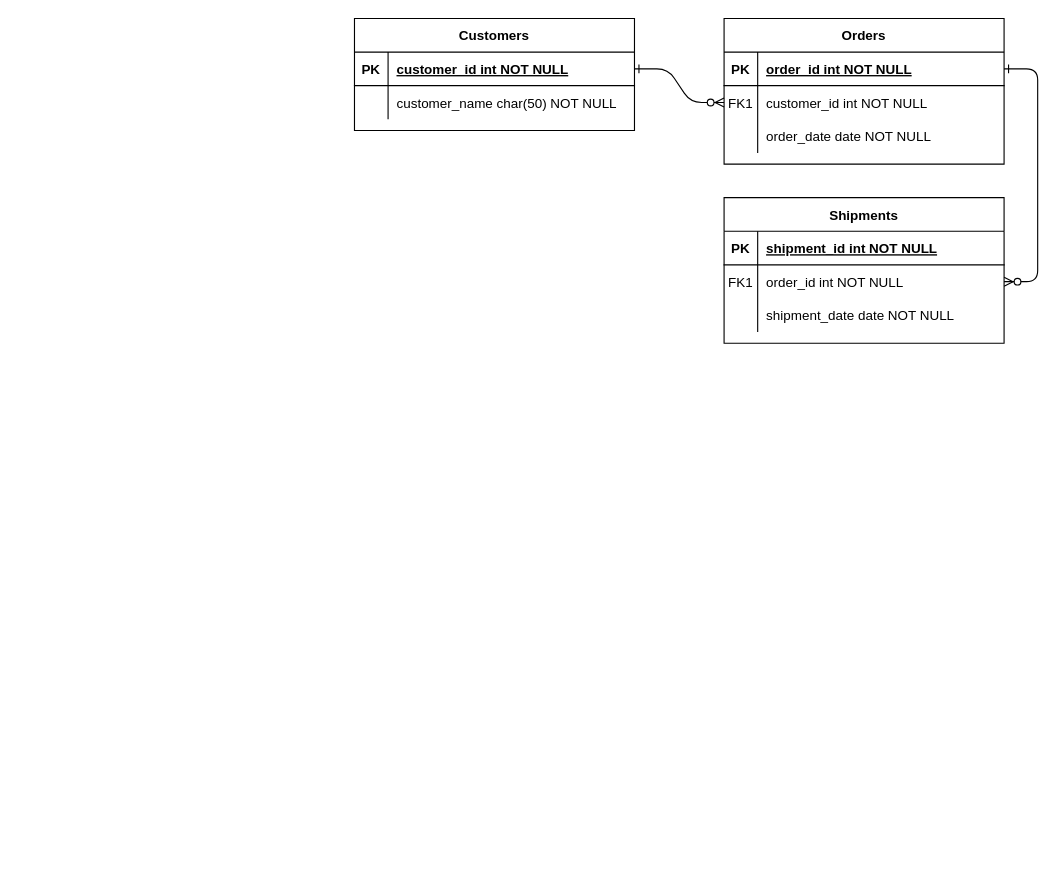
The draw.io diagram Untitled Diagram.drawio in hobstowler/Dungeon-Master-Planner, before the edit. Source tidied: cells renumbered, new cells numbered last; positions are measured from the earlier drawing's top-left corner, leaving out a move shared by most shapes. Both pictures are drawn from the tidied source at 112%, with x=0, y=0 at pixel (354, 18).
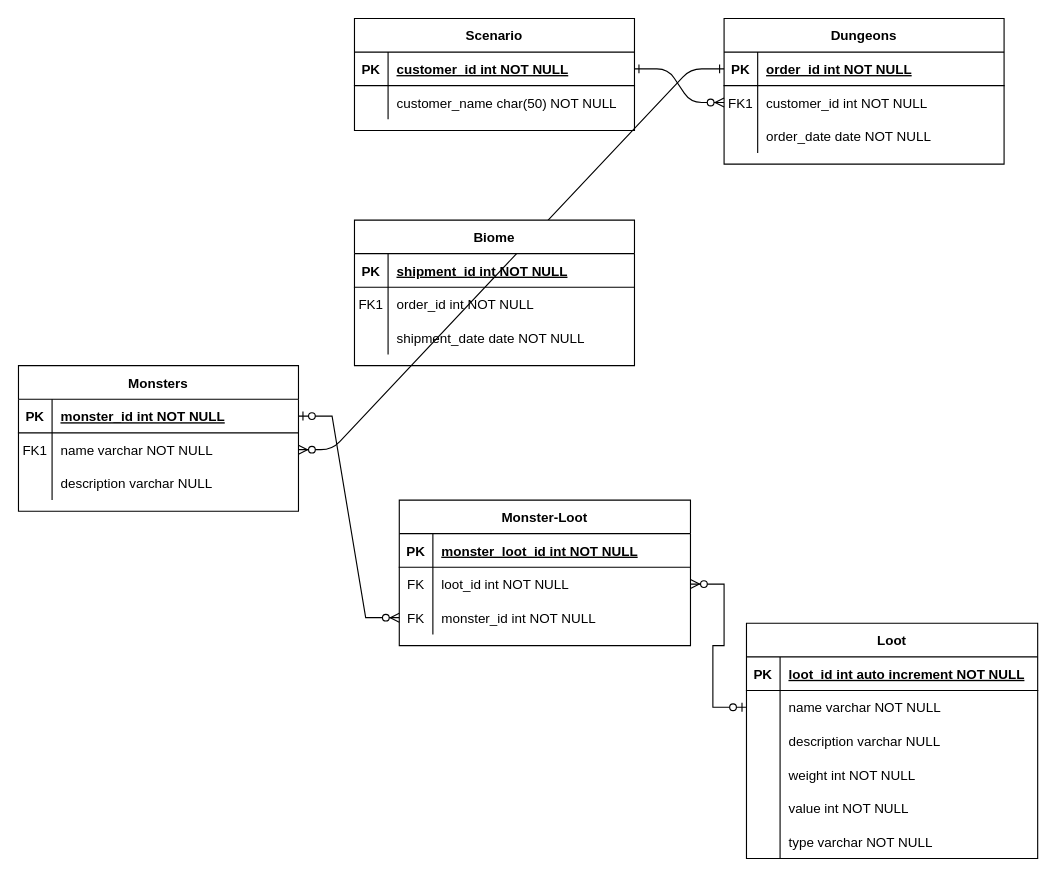
After the change.

Commit message:
defined loot, monster and monster-loot

Unchanged cells that the change refers to:
```xml
<mxCell id="15" style="shape=partialRectangle;fillColor=none;points=[[0,0.5],[1,0.5]];portConstraint=eastwest;top=0;left=0;right=0;bottom=1;" parent="14" vertex="1">
  <mxGeometry y="30" width="250" height="30" as="geometry" />
</mxCell>
<mxCell id="18" style="shape=partialRectangle;fillColor=none;points=[[0,0.5],[1,0.5]];portConstraint=eastwest;top=0;left=0;right=0;bottom=0;" parent="14" vertex="1">
  <mxGeometry y="60" width="250" height="30" as="geometry" />
</mxCell>
<mxCell id="21" style="shape=partialRectangle;fillColor=none;top=0;left=0;right=0;bottom=0;" parent="14" vertex="1">
  <mxGeometry y="90" width="250" height="30" as="geometry" />
</mxCell>
```

Change to the diagram source:
```diff
@@
-    <mxCell id="4" value="Orders" style="shape=table;startSize=30;childLayout=tableLayout;rowLines=0;fontStyle=1;align=center;" parent="1" vertex="1">
+    <mxCell id="4" value="Dungeons" style="shape=table;startSize=30;childLayout=tableLayout;rowLines=0;fontStyle=1;align=center;" parent="1" vertex="1">
       <mxGeometry x="330" width="250" height="130" as="geometry" />
     </mxCell>
@@
-    <mxCell id="14" value="Shipments" style="shape=table;startSize=30;childLayout=tableLayout;rowLines=0;fontStyle=1;align=center;" parent="1" vertex="1">
-      <mxGeometry x="330" y="160" width="250" height="130" as="geometry" />
+    <mxCell id="14" value="Monsters" style="shape=table;startSize=30;childLayout=tableLayout;rowLines=0;fontStyle=1;align=center;" parent="1" vertex="1">
+      <mxGeometry x="-300" y="310" width="250" height="130" as="geometry" />
     </mxCell>
@@
-    <mxCell id="17" value="shipment_id int NOT NULL " style="shape=partialRectangle;overflow=hidden;fillColor=none;top=0;left=0;bottom=0;right=0;align=left;spacingLeft=6;fontStyle=5;" parent="15" vertex="1">
+    <mxCell id="17" value="monster_id int NOT NULL" style="shape=partialRectangle;overflow=hidden;fillColor=none;top=0;left=0;bottom=0;right=0;align=left;spacingLeft=6;fontStyle=5;" parent="15" vertex="1">
       <mxGeometry x="30" width="220" height="30" as="geometry" />
     </mxCell>
@@
-    <mxCell id="20" value="order_id int NOT NULL" style="shape=partialRectangle;overflow=hidden;fillColor=none;top=0;left=0;bottom=0;right=0;align=left;spacingLeft=6;" parent="18" vertex="1">
+    <mxCell id="20" value="name varchar NOT NULL" style="shape=partialRectangle;overflow=hidden;fillColor=none;top=0;left=0;bottom=0;right=0;align=left;spacingLeft=6;" parent="18" vertex="1">
       <mxGeometry x="30" width="220" height="30" as="geometry" />
     </mxCell>
@@
-    <mxCell id="23" value="shipment_date date NOT NULL" style="shape=partialRectangle;overflow=hidden;fillColor=none;top=0;left=0;bottom=0;right=0;align=left;spacingLeft=6;" parent="21" vertex="1">
+    <mxCell id="23" value="description varchar NULL" style="shape=partialRectangle;overflow=hidden;fillColor=none;top=0;left=0;bottom=0;right=0;align=left;spacingLeft=6;" parent="21" vertex="1">
       <mxGeometry x="30" width="220" height="30" as="geometry" />
     </mxCell>
-    <mxCell id="24" value="Customers" style="shape=table;startSize=30;childLayout=tableLayout;rowLines=0;fontStyle=1;align=center;" parent="1" vertex="1">
+    <mxCell id="24" value="Scenario" style="shape=table;startSize=30;childLayout=tableLayout;rowLines=0;fontStyle=1;align=center;" parent="1" vertex="1">
       <mxGeometry width="250" height="100" as="geometry" />
     </mxCell>
@@
+    <mxCell id="31" value="Loot" style="shape=table;startSize=30;childLayout=tableLayout;rowLines=0;fontStyle=1;align=center;" parent="1" vertex="1">
+      <mxGeometry x="350" y="540" width="260" height="210" as="geometry" />
+    </mxCell>
+    <mxCell id="32" style="shape=partialRectangle;fillColor=none;top=0;left=0;right=0;bottom=1;" parent="31" vertex="1">
+      <mxGeometry y="30" width="260" height="30" as="geometry" />
+    </mxCell>
+    <mxCell id="33" value="PK" style="shape=partialRectangle;overflow=hidden;fillColor=none;top=0;left=0;bottom=0;right=0;fontStyle=1;" parent="32" vertex="1">
+      <mxGeometry width="30" height="30" as="geometry" />
+    </mxCell>
+    <mxCell id="34" value="loot_id int auto increment NOT NULL" style="shape=partialRectangle;overflow=hidden;fillColor=none;top=0;left=0;bottom=0;right=0;align=left;spacingLeft=6;fontStyle=5;" parent="32" vertex="1">
+      <mxGeometry x="30" width="230" height="30" as="geometry" />
+    </mxCell>
+    <mxCell id="35" style="shape=partialRectangle;fillColor=none;points=[[0,0.5],[1,0.5]];portConstraint=eastwest;top=0;left=0;right=0;bottom=0;" parent="31" vertex="1">
+      <mxGeometry y="60" width="260" height="30" as="geometry" />
+    </mxCell>
+    <mxCell id="36" style="shape=partialRectangle;overflow=hidden;fillColor=none;top=0;left=0;bottom=0;right=0;" parent="35" vertex="1">
+      <mxGeometry width="30" height="30" as="geometry" />
+    </mxCell>
+    <mxCell id="37" value="name varchar NOT NULL" style="shape=partialRectangle;overflow=hidden;fillColor=none;top=0;left=0;bottom=0;right=0;align=left;spacingLeft=6;" parent="35" vertex="1">
+      <mxGeometry x="30" width="230" height="30" as="geometry" />
+    </mxCell>
+    <mxCell id="38" style="shape=partialRectangle;fillColor=none;top=0;left=0;right=0;bottom=0;" parent="31" vertex="1">
+      <mxGeometry y="90" width="260" height="30" as="geometry" />
+    </mxCell>
+    <mxCell id="39" style="shape=partialRectangle;overflow=hidden;fillColor=none;top=0;left=0;bottom=0;right=0;" parent="38" vertex="1">
+      <mxGeometry width="30" height="30" as="geometry" />
+    </mxCell>
+    <mxCell id="40" value="description varchar NULL" style="shape=partialRectangle;overflow=hidden;fillColor=none;top=0;left=0;bottom=0;right=0;align=left;spacingLeft=6;" parent="38" vertex="1">
+      <mxGeometry x="30" width="230" height="30" as="geometry" />
+    </mxCell>
+    <mxCell id="41" style="shape=partialRectangle;fillColor=none;top=0;left=0;right=0;bottom=0;" parent="31" vertex="1">
+      <mxGeometry y="120" width="260" height="30" as="geometry" />
+    </mxCell>
+    <mxCell id="42" style="shape=partialRectangle;overflow=hidden;fillColor=none;top=0;left=0;bottom=0;right=0;" parent="41" vertex="1">
+      <mxGeometry width="30" height="30" as="geometry" />
+    </mxCell>
+    <mxCell id="43" value="weight int NOT NULL" style="shape=partialRectangle;overflow=hidden;fillColor=none;top=0;left=0;bottom=0;right=0;align=left;spacingLeft=6;" parent="41" vertex="1">
+      <mxGeometry x="30" width="230" height="30" as="geometry" />
+    </mxCell>
+    <mxCell id="44" style="shape=partialRectangle;fillColor=none;top=0;left=0;right=0;bottom=0;" parent="31" vertex="1">
+      <mxGeometry y="150" width="260" height="30" as="geometry" />
+    </mxCell>
+    <mxCell id="45" style="shape=partialRectangle;overflow=hidden;fillColor=none;top=0;left=0;bottom=0;right=0;" parent="44" vertex="1">
+      <mxGeometry width="30" height="30" as="geometry" />
+    </mxCell>
+    <mxCell id="46" value="value int NOT NULL" style="shape=partialRectangle;overflow=hidden;fillColor=none;top=0;left=0;bottom=0;right=0;align=left;spacingLeft=6;" parent="44" vertex="1">
+      <mxGeometry x="30" width="230" height="30" as="geometry" />
+    </mxCell>
+    <mxCell id="47" style="shape=partialRectangle;fillColor=none;top=0;left=0;right=0;bottom=0;" parent="31" vertex="1">
+      <mxGeometry y="180" width="260" height="30" as="geometry" />
+    </mxCell>
+    <mxCell id="48" style="shape=partialRectangle;overflow=hidden;fillColor=none;top=0;left=0;bottom=0;right=0;" parent="47" vertex="1">
+      <mxGeometry width="30" height="30" as="geometry" />
+    </mxCell>
+    <mxCell id="49" value="type varchar NOT NULL" style="shape=partialRectangle;overflow=hidden;fillColor=none;top=0;left=0;bottom=0;right=0;align=left;spacingLeft=6;" parent="47" vertex="1">
+      <mxGeometry x="30" width="230" height="30" as="geometry" />
+    </mxCell>
+    <mxCell id="50" value="Biome" style="shape=table;startSize=30;childLayout=tableLayout;rowLines=0;fontStyle=1;align=center;" parent="1" vertex="1">
+      <mxGeometry y="180" width="250" height="130" as="geometry" />
+    </mxCell>
+    <mxCell id="51" style="shape=partialRectangle;fillColor=none;top=0;left=0;right=0;bottom=1;" parent="50" vertex="1">
+      <mxGeometry y="30" width="250" height="30" as="geometry" />
+    </mxCell>
+    <mxCell id="52" value="PK" style="shape=partialRectangle;overflow=hidden;fillColor=none;top=0;left=0;bottom=0;right=0;fontStyle=1;" parent="51" vertex="1">
+      <mxGeometry width="30" height="30" as="geometry" />
+    </mxCell>
+    <mxCell id="53" value="shipment_id int NOT NULL " style="shape=partialRectangle;overflow=hidden;fillColor=none;top=0;left=0;bottom=0;right=0;align=left;spacingLeft=6;fontStyle=5;" parent="51" vertex="1">
+      <mxGeometry x="30" width="220" height="30" as="geometry" />
+    </mxCell>
+    <mxCell id="54" style="shape=partialRectangle;fillColor=none;top=0;left=0;right=0;bottom=0;" parent="50" vertex="1">
+      <mxGeometry y="60" width="250" height="30" as="geometry" />
+    </mxCell>
+    <mxCell id="55" value="FK1" style="shape=partialRectangle;overflow=hidden;fillColor=none;top=0;left=0;bottom=0;right=0;" parent="54" vertex="1">
+      <mxGeometry width="30" height="30" as="geometry" />
+    </mxCell>
+    <mxCell id="56" value="order_id int NOT NULL" style="shape=partialRectangle;overflow=hidden;fillColor=none;top=0;left=0;bottom=0;right=0;align=left;spacingLeft=6;" parent="54" vertex="1">
+      <mxGeometry x="30" width="220" height="30" as="geometry" />
+    </mxCell>
+    <mxCell id="57" style="shape=partialRectangle;fillColor=none;top=0;left=0;right=0;bottom=0;" parent="50" vertex="1">
+      <mxGeometry y="90" width="250" height="30" as="geometry" />
+    </mxCell>
+    <mxCell id="58" style="shape=partialRectangle;overflow=hidden;fillColor=none;top=0;left=0;bottom=0;right=0;" parent="57" vertex="1">
+      <mxGeometry width="30" height="30" as="geometry" />
+    </mxCell>
+    <mxCell id="59" value="shipment_date date NOT NULL" style="shape=partialRectangle;overflow=hidden;fillColor=none;top=0;left=0;bottom=0;right=0;align=left;spacingLeft=6;" parent="57" vertex="1">
+      <mxGeometry x="30" width="220" height="30" as="geometry" />
+    </mxCell>
+    <mxCell id="60" value="Monster-Loot" style="shape=table;startSize=30;childLayout=tableLayout;rowLines=0;fontStyle=1;align=center;" parent="1" vertex="1">
+      <mxGeometry x="40" y="430" width="260" height="130" as="geometry" />
+    </mxCell>
+    <mxCell id="61" style="shape=tableRow;horizontal=0;startSize=0;swimlaneHead=0;swimlaneBody=0;fillColor=none;top=0;left=0;right=0;bottom=1;" parent="60" vertex="1">
+      <mxGeometry y="30" width="260" height="30" as="geometry" />
+    </mxCell>
+    <mxCell id="62" value="PK" style="shape=partialRectangle;fillColor=none;top=0;left=0;bottom=0;right=0;fontStyle=1;overflow=hidden;" parent="61" vertex="1">
+      <mxGeometry width="30" height="30" as="geometry" />
+    </mxCell>
+    <mxCell id="63" value="monster_loot_id int NOT NULL" style="shape=partialRectangle;fillColor=none;top=0;left=0;bottom=0;right=0;align=left;spacingLeft=6;fontStyle=5;overflow=hidden;" parent="61" vertex="1">
+      <mxGeometry x="30" width="230" height="30" as="geometry" />
+    </mxCell>
+    <mxCell id="64" style="shape=tableRow;horizontal=0;startSize=0;swimlaneHead=0;swimlaneBody=0;fillColor=none;points=[[0,0.5],[1,0.5]];portConstraint=eastwest;top=0;left=0;right=0;bottom=0;" parent="60" vertex="1">
+      <mxGeometry y="60" width="260" height="30" as="geometry" />
+    </mxCell>
+    <mxCell id="65" value="FK" style="shape=partialRectangle;fillColor=none;top=0;left=0;bottom=0;right=0;overflow=hidden;" parent="64" vertex="1">
+      <mxGeometry width="30" height="30" as="geometry" />
+    </mxCell>
+    <mxCell id="66" value="loot_id int NOT NULL" style="shape=partialRectangle;fillColor=none;top=0;left=0;bottom=0;right=0;align=left;spacingLeft=6;overflow=hidden;" parent="64" vertex="1">
+      <mxGeometry x="30" width="230" height="30" as="geometry" />
+    </mxCell>
+    <mxCell id="67" style="shape=tableRow;horizontal=0;startSize=0;swimlaneHead=0;swimlaneBody=0;fillColor=none;points=[[0,0.5],[1,0.5]];portConstraint=eastwest;top=0;left=0;right=0;bottom=0;" parent="60" vertex="1">
+      <mxGeometry y="90" width="260" height="30" as="geometry" />
+    </mxCell>
+    <mxCell id="68" value="FK" style="shape=partialRectangle;fillColor=none;top=0;left=0;bottom=0;right=0;overflow=hidden;" parent="67" vertex="1">
+      <mxGeometry width="30" height="30" as="geometry" />
+    </mxCell>
+    <mxCell id="69" value="monster_id int NOT NULL" style="shape=partialRectangle;fillColor=none;top=0;left=0;bottom=0;right=0;align=left;spacingLeft=6;overflow=hidden;" parent="67" vertex="1">
+      <mxGeometry x="30" width="230" height="30" as="geometry" />
+    </mxCell>
+    <mxCell id="70" style="edgeStyle=entityRelationEdgeStyle;fontSize=12;html=1;endArrow=ERzeroToMany;startArrow=ERzeroToOne;rounded=0;" parent="1" edge="1" source="35" target="64">
+      <mxGeometry relative="1" as="geometry" />
+    </mxCell>
+    <mxCell id="71" style="edgeStyle=entityRelationEdgeStyle;fontSize=12;html=1;endArrow=ERzeroToMany;startArrow=ERzeroToOne;rounded=0;" parent="1" edge="1" source="15" target="67">
+      <mxGeometry relative="1" as="geometry" />
+    </mxCell>
```
